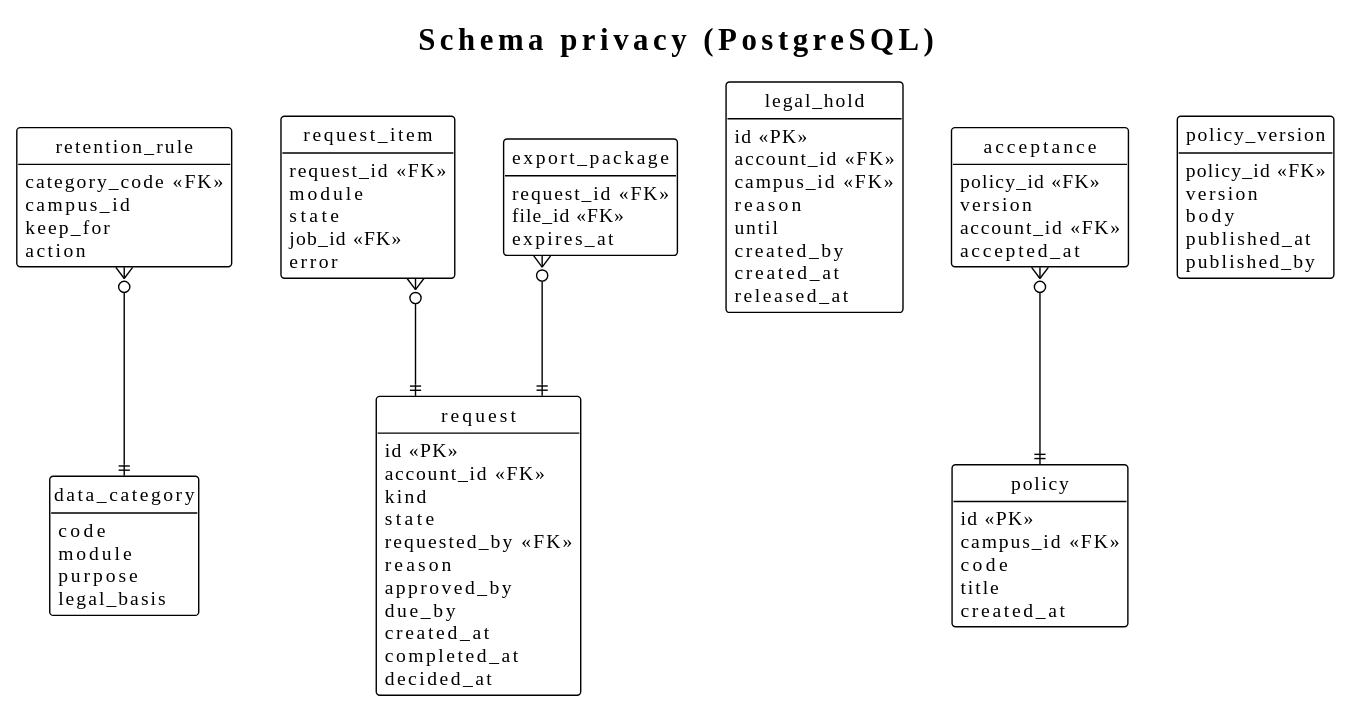
This is docs/03-design/data-model/privacy.svg from didactika/kampus, a PlantUML export, as it was before one commit.
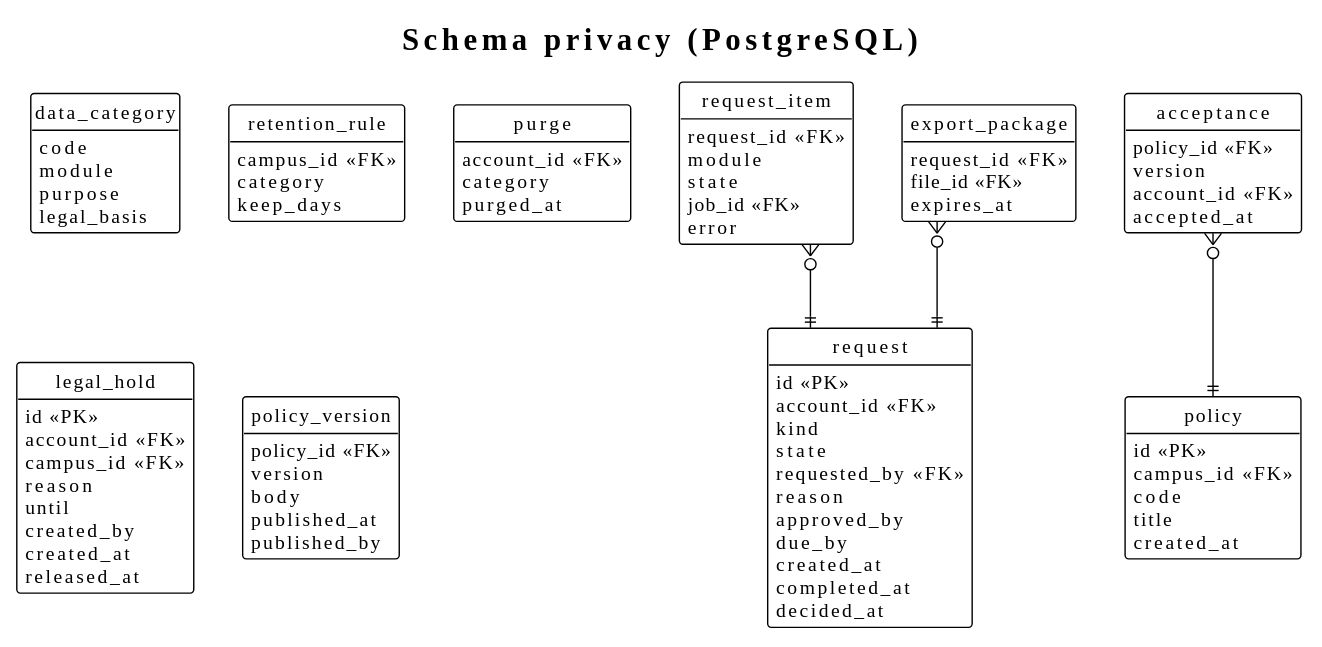
Later version of the same file.

The edit, as a diff of the source:
```diff
@@ -32,10 +32,14 @@
   error
 }
 entity retention_rule {
-  category_code <<FK>>
-  campus_id
-  keep_for
-  action
+  campus_id <<FK>>
+  category
+  keep_days
+}
+entity purge {
+  account_id <<FK>>
+  category
+  purged_at
 }
 entity legal_hold {
   id <<PK>>
@@ -74,7 +78,6 @@
 }
 
 request_item }o--|| request
-retention_rule }o--|| data_category
 acceptance }o--|| policy
 export_package }o--|| request
 @enduml
```
